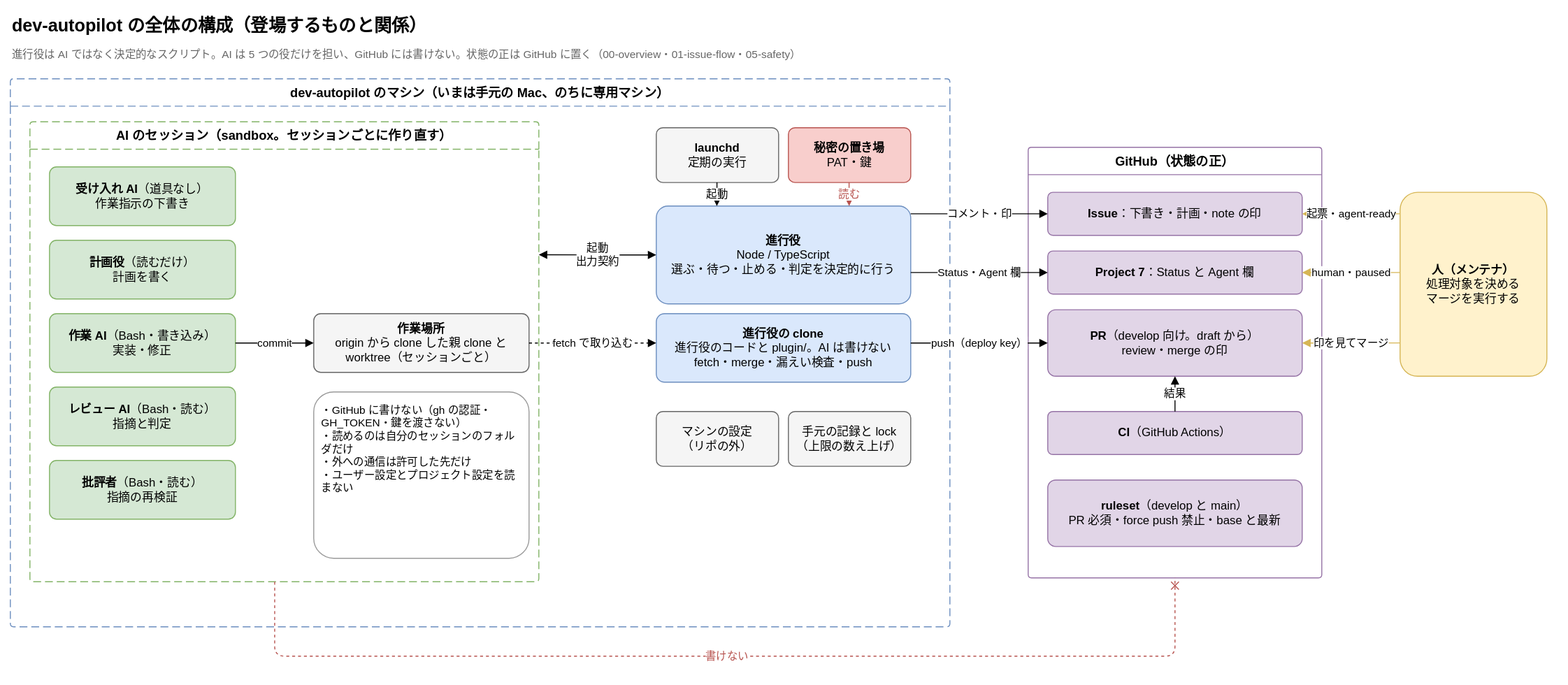
Before: dev-autopilot/docs/diagrams/overview.drawio.svg, a diagram exported from draw.io (Joymerrevent/business-os). Source tidied: cells renumbered, new cells last; positions are measured from the earlier drawing's top-left corner, leaving out a move shared by most shapes. The source it was exported from:
```xml
<mxGraphModel background="#ffffff">
  <root>
    <mxCell id="0" />
    <mxCell id="1" parent="0" />
    <mxCell id="2" value="dev-autopilot の全体の構成（登場するものと関係）" style="text;html=1;whiteSpace=wrap;align=left;verticalAlign=middle;fontSize=18;fontStyle=1;" parent="1" vertex="1">
      <mxGeometry width="900" height="32" as="geometry" />
    </mxCell>
    <mxCell id="3" value="進行役は AI ではなく決定的なスクリプト。AI は 5 つの役だけを担い、GitHub には書けない。状態の正は GitHub に置く（00-overview・01-issue-flow・05-safety）" style="text;html=1;whiteSpace=wrap;align=left;verticalAlign=top;fontSize=11;fontColor=#666666;" parent="1" vertex="1">
      <mxGeometry y="32" width="1440" height="22" as="geometry" />
    </mxCell>
    <mxCell id="4" value="dev-autopilot のマシン（いまは手元の Mac、のちに専用マシン）" style="swimlane;startSize=28;html=1;whiteSpace=wrap;rounded=1;arcSize=4;dashed=1;dashPattern=8 4;fontStyle=1;fontSize=13;strokeColor=#6c8ebf;fillColor=none;swimlaneFillColor=none;" parent="1" vertex="1">
      <mxGeometry y="70" width="960" height="560" as="geometry" />
    </mxCell>
    <mxCell id="5" value="AI のセッション（sandbox。セッションごとに作り直す）" style="swimlane;startSize=28;html=1;whiteSpace=wrap;rounded=1;arcSize=4;dashed=1;dashPattern=8 4;fontStyle=1;fontSize=13;strokeColor=#82b366;fillColor=none;swimlaneFillColor=none;" parent="4" vertex="1">
      <mxGeometry x="20" y="44" width="520" height="470" as="geometry" />
    </mxCell>
    <mxCell id="6" value="&lt;b&gt;受け入れ AI&lt;/b&gt;（道具なし）&lt;br&gt;作業指示の下書き" style="rounded=1;whiteSpace=wrap;html=1;fontSize=12;arcSize=12;fillColor=#d5e8d4;strokeColor=#82b366;" parent="5" vertex="1">
      <mxGeometry x="20" y="46" width="190" height="60" as="geometry" />
    </mxCell>
    <mxCell id="7" value="&lt;b&gt;計画役&lt;/b&gt;（読むだけ）&lt;br&gt;計画を書く" style="rounded=1;whiteSpace=wrap;html=1;fontSize=12;arcSize=12;fillColor=#d5e8d4;strokeColor=#82b366;" parent="5" vertex="1">
      <mxGeometry x="20" y="121" width="190" height="60" as="geometry" />
    </mxCell>
    <mxCell id="8" value="&lt;b&gt;作業 AI&lt;/b&gt;（Bash・書き込み）&lt;br&gt;実装・修正" style="rounded=1;whiteSpace=wrap;html=1;fontSize=12;arcSize=12;fillColor=#d5e8d4;strokeColor=#82b366;" parent="5" vertex="1">
      <mxGeometry x="20" y="196" width="190" height="60" as="geometry" />
    </mxCell>
    <mxCell id="9" value="&lt;b&gt;レビュー AI&lt;/b&gt;（Bash・読む）&lt;br&gt;指摘と判定" style="rounded=1;whiteSpace=wrap;html=1;fontSize=12;arcSize=12;fillColor=#d5e8d4;strokeColor=#82b366;" parent="5" vertex="1">
      <mxGeometry x="20" y="271" width="190" height="60" as="geometry" />
    </mxCell>
    <mxCell id="10" value="&lt;b&gt;批評者&lt;/b&gt;（Bash・読む）&lt;br&gt;指摘の再検証" style="rounded=1;whiteSpace=wrap;html=1;fontSize=12;arcSize=12;fillColor=#d5e8d4;strokeColor=#82b366;" parent="5" vertex="1">
      <mxGeometry x="20" y="346" width="190" height="60" as="geometry" />
    </mxCell>
    <mxCell id="11" value="&lt;b&gt;作業場所&lt;/b&gt;&lt;br&gt;origin から clone した親 clone と worktree（セッションごと）" style="rounded=1;whiteSpace=wrap;html=1;fontSize=12;arcSize=12;fillColor=#f5f5f5;strokeColor=#666666;" parent="5" vertex="1">
      <mxGeometry x="290" y="196" width="220" height="60" as="geometry" />
    </mxCell>
    <mxCell id="12" value="・GitHub に書けない（gh の認証・GH_TOKEN・鍵を渡さない）&lt;br&gt;・読めるのは自分のセッションのフォルダだけ&lt;br&gt;・外への通信は許可した先だけ&lt;br&gt;・ユーザー設定とプロジェクト設定を読まない" style="rounded=1;whiteSpace=wrap;html=1;fontSize=12;arcSize=12;align=left;verticalAlign=top;fontSize=11;spacing=8;fillColor=#ffffff;strokeColor=#999999;" parent="5" vertex="1">
      <mxGeometry x="290" y="276" width="220" height="170" as="geometry" />
    </mxCell>
    <mxCell id="13" value="&lt;b&gt;launchd&lt;/b&gt;&lt;br&gt;定期の実行" style="rounded=1;whiteSpace=wrap;html=1;fontSize=12;arcSize=12;fillColor=#f5f5f5;strokeColor=#666666;" parent="1" vertex="1">
      <mxGeometry x="660" y="120" width="125" height="56" as="geometry" />
    </mxCell>
    <mxCell id="14" value="&lt;b&gt;秘密の置き場&lt;/b&gt;&lt;br&gt;PAT・鍵" style="rounded=1;whiteSpace=wrap;html=1;fontSize=12;arcSize=12;fillColor=#f8cecc;strokeColor=#b85450;" parent="1" vertex="1">
      <mxGeometry x="795" y="120" width="125" height="56" as="geometry" />
    </mxCell>
    <mxCell id="15" value="&lt;b&gt;進行役&lt;/b&gt;&lt;br&gt;Node / TypeScript&lt;br&gt;選ぶ・待つ・止める・判定を決定的に行う" style="rounded=1;whiteSpace=wrap;html=1;fontSize=12;arcSize=12;fillColor=#dae8fc;strokeColor=#6c8ebf;" parent="1" vertex="1">
      <mxGeometry x="660" y="200" width="260" height="100" as="geometry" />
    </mxCell>
    <mxCell id="16" value="&lt;b&gt;進行役の clone&lt;/b&gt;&lt;br&gt;進行役のコードと plugin/。AI は書けない&lt;br&gt;fetch・merge・漏えい検査・push" style="rounded=1;whiteSpace=wrap;html=1;fontSize=12;arcSize=12;fillColor=#dae8fc;strokeColor=#6c8ebf;" parent="1" vertex="1">
      <mxGeometry x="660" y="310" width="260" height="70" as="geometry" />
    </mxCell>
    <mxCell id="17" value="マシンの設定&lt;br&gt;（リポの外）" style="rounded=1;whiteSpace=wrap;html=1;fontSize=12;arcSize=12;fillColor=#f5f5f5;strokeColor=#666666;" parent="1" vertex="1">
      <mxGeometry x="660" y="410" width="125" height="56" as="geometry" />
    </mxCell>
    <mxCell id="18" value="手元の記録と lock&lt;br&gt;（上限の数え上げ）" style="rounded=1;whiteSpace=wrap;html=1;fontSize=12;arcSize=12;fillColor=#f5f5f5;strokeColor=#666666;" parent="1" vertex="1">
      <mxGeometry x="795" y="410" width="125" height="56" as="geometry" />
    </mxCell>
    <mxCell id="19" value="GitHub（状態の正）" style="swimlane;startSize=28;html=1;whiteSpace=wrap;rounded=1;arcSize=4;fontStyle=1;fontSize=13;strokeColor=#9673a6;fillColor=none;swimlaneFillColor=none;" parent="1" vertex="1">
      <mxGeometry x="1040" y="140" width="300" height="440" as="geometry" />
    </mxCell>
    <mxCell id="20" value="&lt;b&gt;Issue&lt;/b&gt;：下書き・計画・note の印" style="rounded=1;whiteSpace=wrap;html=1;fontSize=12;arcSize=12;fillColor=#e1d5e7;strokeColor=#9673a6;" parent="19" vertex="1">
      <mxGeometry x="20" y="46" width="260" height="44" as="geometry" />
    </mxCell>
    <mxCell id="21" value="&lt;b&gt;Project 7&lt;/b&gt;：Status と Agent 欄" style="rounded=1;whiteSpace=wrap;html=1;fontSize=12;arcSize=12;fillColor=#e1d5e7;strokeColor=#9673a6;" parent="19" vertex="1">
      <mxGeometry x="20" y="106" width="260" height="44" as="geometry" />
    </mxCell>
    <mxCell id="22" value="&lt;b&gt;PR&lt;/b&gt;（develop 向け。draft から）&lt;br&gt;review・merge の印" style="rounded=1;whiteSpace=wrap;html=1;fontSize=12;arcSize=12;fillColor=#e1d5e7;strokeColor=#9673a6;" parent="19" vertex="1">
      <mxGeometry x="20" y="166" width="260" height="68" as="geometry" />
    </mxCell>
    <mxCell id="23" value="&lt;b&gt;CI&lt;/b&gt;（GitHub Actions）" style="rounded=1;whiteSpace=wrap;html=1;fontSize=12;arcSize=12;fillColor=#e1d5e7;strokeColor=#9673a6;" parent="19" vertex="1">
      <mxGeometry x="20" y="270" width="260" height="44" as="geometry" />
    </mxCell>
    <mxCell id="24" value="&lt;b&gt;ruleset&lt;/b&gt;（develop と main）&lt;br&gt;PR 必須・force push 禁止・base と最新" style="rounded=1;whiteSpace=wrap;html=1;fontSize=12;arcSize=12;fillColor=#e1d5e7;strokeColor=#9673a6;" parent="19" vertex="1">
      <mxGeometry x="20" y="340" width="260" height="68" as="geometry" />
    </mxCell>
    <mxCell id="25" value="&lt;b&gt;人（メンテナ）&lt;/b&gt;&lt;br&gt;処理対象を決める&lt;br&gt;マージを実行する" style="rounded=1;whiteSpace=wrap;html=1;fontSize=12;arcSize=12;fillColor=#fff2cc;strokeColor=#d6b656;" parent="1" vertex="1">
      <mxGeometry x="1420" y="186" width="150" height="188" as="geometry" />
    </mxCell>
    <mxCell id="26" value="起動" style="edgeStyle=orthogonalEdgeStyle;rounded=1;html=1;endArrow=block;endFill=1;fontSize=11;labelBackgroundColor=#ffffff;exitX=0.496;exitY=1;exitDx=0;exitDy=0;entryX=0.238;entryY=0;entryDx=0;entryDy=0;" parent="1" edge="1" source="13" target="15">
      <mxGeometry relative="1" as="geometry" />
    </mxCell>
    <mxCell id="27" value="読む" style="edgeStyle=orthogonalEdgeStyle;rounded=1;html=1;endArrow=block;endFill=1;fontSize=11;labelBackgroundColor=#ffffff;strokeColor=#b85450;fontColor=#b85450;exitX=0.496;exitY=1;exitDx=0;exitDy=0;entryX=0.758;entryY=0;entryDx=0;entryDy=0;" parent="1" edge="1" source="14" target="15">
      <mxGeometry relative="1" as="geometry" />
    </mxCell>
    <mxCell id="28" value="起動&lt;br&gt;出力契約" style="edgeStyle=orthogonalEdgeStyle;rounded=1;html=1;endArrow=block;endFill=1;fontSize=11;labelBackgroundColor=#ffffff;startArrow=block;startFill=1;exitX=0;exitY=0.5;exitDx=0;exitDy=0;entryX=1;entryY=0.289;entryDx=0;entryDy=0;" parent="1" edge="1" source="15" target="5">
      <mxGeometry relative="1" as="geometry" />
    </mxCell>
    <mxCell id="29" value="commit" style="edgeStyle=orthogonalEdgeStyle;rounded=1;html=1;endArrow=block;endFill=1;fontSize=11;labelBackgroundColor=#ffffff;exitX=1;exitY=0.5;exitDx=0;exitDy=0;entryX=0;entryY=0.5;entryDx=0;entryDy=0;" parent="1" edge="1" source="8" target="11">
      <mxGeometry relative="1" as="geometry" />
    </mxCell>
    <mxCell id="30" value="fetch で取り込む" style="edgeStyle=orthogonalEdgeStyle;rounded=1;html=1;endArrow=block;endFill=1;fontSize=11;labelBackgroundColor=#ffffff;dashed=1;exitX=1;exitY=0.5;exitDx=0;exitDy=0;entryX=0;entryY=0.429;entryDx=0;entryDy=0;" parent="1" edge="1" source="11" target="16">
      <mxGeometry relative="1" as="geometry" />
    </mxCell>
    <mxCell id="31" value="コメント・印" style="edgeStyle=orthogonalEdgeStyle;rounded=1;html=1;endArrow=block;endFill=1;fontSize=11;labelBackgroundColor=#ffffff;exitX=1;exitY=0.08;exitDx=0;exitDy=0;entryX=0;entryY=0.5;entryDx=0;entryDy=0;" parent="1" edge="1" source="15" target="20">
      <mxGeometry relative="1" as="geometry" />
    </mxCell>
    <mxCell id="32" value="Status・Agent 欄" style="edgeStyle=orthogonalEdgeStyle;rounded=1;html=1;endArrow=block;endFill=1;fontSize=11;labelBackgroundColor=#ffffff;exitX=1;exitY=0.68;exitDx=0;exitDy=0;entryX=0;entryY=0.5;entryDx=0;entryDy=0;" parent="1" edge="1" source="15" target="21">
      <mxGeometry relative="1" as="geometry" />
    </mxCell>
    <mxCell id="33" value="push（deploy key）" style="edgeStyle=orthogonalEdgeStyle;rounded=1;html=1;endArrow=block;endFill=1;fontSize=11;labelBackgroundColor=#ffffff;exitX=1;exitY=0.429;exitDx=0;exitDy=0;entryX=0;entryY=0.5;entryDx=0;entryDy=0;" parent="1" edge="1" source="16" target="22">
      <mxGeometry relative="1" as="geometry" />
    </mxCell>
    <mxCell id="34" value="結果" style="edgeStyle=orthogonalEdgeStyle;rounded=1;html=1;endArrow=block;endFill=1;fontSize=11;labelBackgroundColor=#ffffff;exitX=0.5;exitY=0;exitDx=0;exitDy=0;entryX=0.5;entryY=1;entryDx=0;entryDy=0;" parent="1" edge="1" source="23" target="22">
      <mxGeometry relative="1" as="geometry" />
    </mxCell>
    <mxCell id="35" value="起票・agent-ready" style="edgeStyle=orthogonalEdgeStyle;rounded=1;html=1;endArrow=block;endFill=1;fontSize=11;labelBackgroundColor=#ffffff;strokeColor=#d6b656;exitX=0;exitY=0.117;exitDx=0;exitDy=0;entryX=1;entryY=0.5;entryDx=0;entryDy=0;" parent="1" edge="1" source="25" target="20">
      <mxGeometry relative="1" as="geometry" />
    </mxCell>
    <mxCell id="36" value="human・paused" style="edgeStyle=orthogonalEdgeStyle;rounded=1;html=1;endArrow=block;endFill=1;fontSize=11;labelBackgroundColor=#ffffff;strokeColor=#d6b656;exitX=0;exitY=0.436;exitDx=0;exitDy=0;entryX=1;entryY=0.5;entryDx=0;entryDy=0;" parent="1" edge="1" source="25" target="21">
      <mxGeometry relative="1" as="geometry" />
    </mxCell>
    <mxCell id="37" value="印を見てマージ" style="edgeStyle=orthogonalEdgeStyle;rounded=1;html=1;endArrow=block;endFill=1;fontSize=11;labelBackgroundColor=#ffffff;strokeColor=#d6b656;exitX=0;exitY=0.819;exitDx=0;exitDy=0;entryX=1;entryY=0.5;entryDx=0;entryDy=0;" parent="1" edge="1" source="25" target="22">
      <mxGeometry relative="1" as="geometry" />
    </mxCell>
    <mxCell id="38" value="書けない" style="edgeStyle=orthogonalEdgeStyle;rounded=1;html=1;endArrow=block;endFill=1;fontSize=11;labelBackgroundColor=#ffffff;dashed=1;strokeColor=#b85450;fontColor=#b85450;endArrow=cross;endFill=0;exitX=0.481;exitY=1;exitDx=0;exitDy=0;entryX=0.5;entryY=1;entryDx=0;entryDy=0;" parent="1" edge="1" source="5" target="19">
      <mxGeometry relative="1" as="geometry">
        <Array as="points">
          <mxPoint x="270" y="660" />
          <mxPoint x="1190" y="660" />
        </Array>
      </mxGeometry>
    </mxCell>
  </root>
</mxGraphModel>
```
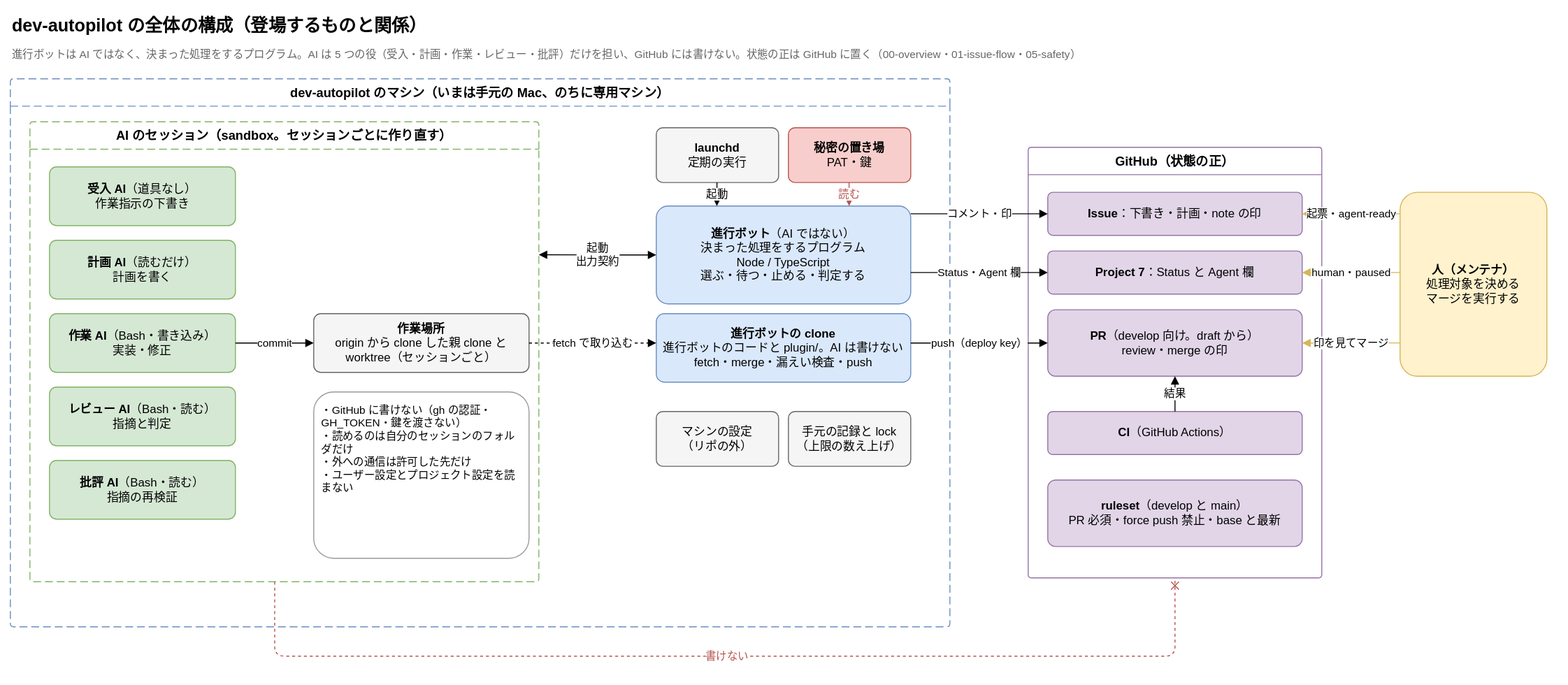
After the commit.

Change to the diagram source:
```diff
@@ -5,7 +5,7 @@
     <mxCell id="2" value="dev-autopilot の全体の構成（登場するものと関係）" style="text;html=1;whiteSpace=wrap;align=left;verticalAlign=middle;fontSize=18;fontStyle=1;" parent="1" vertex="1">
       <mxGeometry width="900" height="32" as="geometry" />
     </mxCell>
-    <mxCell id="3" value="進行役は AI ではなく決定的なスクリプト。AI は 5 つの役だけを担い、GitHub には書けない。状態の正は GitHub に置く（00-overview・01-issue-flow・05-safety）" style="text;html=1;whiteSpace=wrap;align=left;verticalAlign=top;fontSize=11;fontColor=#666666;" parent="1" vertex="1">
+    <mxCell id="3" value="進行ボットは AI ではなく、決まった処理をするプログラム。AI は 5 つの役（受入・計画・作業・レビュー・批評）だけを担い、GitHub には書けない。状態の正は GitHub に置く（00-overview・01-issue-flow・05-safety）" style="text;html=1;whiteSpace=wrap;align=left;verticalAlign=top;fontSize=11;fontColor=#666666;" parent="1" vertex="1">
       <mxGeometry y="32" width="1440" height="22" as="geometry" />
     </mxCell>
     <mxCell id="4" value="dev-autopilot のマシン（いまは手元の Mac、のちに専用マシン）" style="swimlane;startSize=28;html=1;whiteSpace=wrap;rounded=1;arcSize=4;dashed=1;dashPattern=8 4;fontStyle=1;fontSize=13;strokeColor=#6c8ebf;fillColor=none;swimlaneFillColor=none;" parent="1" vertex="1">
@@ -14,10 +14,10 @@
     <mxCell id="5" value="AI のセッション（sandbox。セッションごとに作り直す）" style="swimlane;startSize=28;html=1;whiteSpace=wrap;rounded=1;arcSize=4;dashed=1;dashPattern=8 4;fontStyle=1;fontSize=13;strokeColor=#82b366;fillColor=none;swimlaneFillColor=none;" parent="4" vertex="1">
       <mxGeometry x="20" y="44" width="520" height="470" as="geometry" />
     </mxCell>
-    <mxCell id="6" value="&lt;b&gt;受け入れ AI&lt;/b&gt;（道具なし）&lt;br&gt;作業指示の下書き" style="rounded=1;whiteSpace=wrap;html=1;fontSize=12;arcSize=12;fillColor=#d5e8d4;strokeColor=#82b366;" parent="5" vertex="1">
+    <mxCell id="6" value="&lt;b&gt;受入 AI&lt;/b&gt;（道具なし）&lt;br&gt;作業指示の下書き" style="rounded=1;whiteSpace=wrap;html=1;fontSize=12;arcSize=12;fillColor=#d5e8d4;strokeColor=#82b366;" parent="5" vertex="1">
       <mxGeometry x="20" y="46" width="190" height="60" as="geometry" />
     </mxCell>
-    <mxCell id="7" value="&lt;b&gt;計画役&lt;/b&gt;（読むだけ）&lt;br&gt;計画を書く" style="rounded=1;whiteSpace=wrap;html=1;fontSize=12;arcSize=12;fillColor=#d5e8d4;strokeColor=#82b366;" parent="5" vertex="1">
+    <mxCell id="7" value="&lt;b&gt;計画 AI&lt;/b&gt;（読むだけ）&lt;br&gt;計画を書く" style="rounded=1;whiteSpace=wrap;html=1;fontSize=12;arcSize=12;fillColor=#d5e8d4;strokeColor=#82b366;" parent="5" vertex="1">
       <mxGeometry x="20" y="121" width="190" height="60" as="geometry" />
     </mxCell>
     <mxCell id="8" value="&lt;b&gt;作業 AI&lt;/b&gt;（Bash・書き込み）&lt;br&gt;実装・修正" style="rounded=1;whiteSpace=wrap;html=1;fontSize=12;arcSize=12;fillColor=#d5e8d4;strokeColor=#82b366;" parent="5" vertex="1">
@@ -26,7 +26,7 @@
     <mxCell id="9" value="&lt;b&gt;レビュー AI&lt;/b&gt;（Bash・読む）&lt;br&gt;指摘と判定" style="rounded=1;whiteSpace=wrap;html=1;fontSize=12;arcSize=12;fillColor=#d5e8d4;strokeColor=#82b366;" parent="5" vertex="1">
       <mxGeometry x="20" y="271" width="190" height="60" as="geometry" />
     </mxCell>
-    <mxCell id="10" value="&lt;b&gt;批評者&lt;/b&gt;（Bash・読む）&lt;br&gt;指摘の再検証" style="rounded=1;whiteSpace=wrap;html=1;fontSize=12;arcSize=12;fillColor=#d5e8d4;strokeColor=#82b366;" parent="5" vertex="1">
+    <mxCell id="10" value="&lt;b&gt;批評 AI&lt;/b&gt;（Bash・読む）&lt;br&gt;指摘の再検証" style="rounded=1;whiteSpace=wrap;html=1;fontSize=12;arcSize=12;fillColor=#d5e8d4;strokeColor=#82b366;" parent="5" vertex="1">
       <mxGeometry x="20" y="346" width="190" height="60" as="geometry" />
     </mxCell>
     <mxCell id="11" value="&lt;b&gt;作業場所&lt;/b&gt;&lt;br&gt;origin から clone した親 clone と worktree（セッションごと）" style="rounded=1;whiteSpace=wrap;html=1;fontSize=12;arcSize=12;fillColor=#f5f5f5;strokeColor=#666666;" parent="5" vertex="1">
@@ -41,10 +41,10 @@
     <mxCell id="14" value="&lt;b&gt;秘密の置き場&lt;/b&gt;&lt;br&gt;PAT・鍵" style="rounded=1;whiteSpace=wrap;html=1;fontSize=12;arcSize=12;fillColor=#f8cecc;strokeColor=#b85450;" parent="1" vertex="1">
       <mxGeometry x="795" y="120" width="125" height="56" as="geometry" />
     </mxCell>
-    <mxCell id="15" value="&lt;b&gt;進行役&lt;/b&gt;&lt;br&gt;Node / TypeScript&lt;br&gt;選ぶ・待つ・止める・判定を決定的に行う" style="rounded=1;whiteSpace=wrap;html=1;fontSize=12;arcSize=12;fillColor=#dae8fc;strokeColor=#6c8ebf;" parent="1" vertex="1">
+    <mxCell id="15" value="&lt;b&gt;進行ボット&lt;/b&gt;（AI ではない）&lt;br&gt;決まった処理をするプログラム&lt;br&gt;Node / TypeScript&lt;br&gt;選ぶ・待つ・止める・判定する" style="rounded=1;whiteSpace=wrap;html=1;fontSize=12;arcSize=12;fillColor=#dae8fc;strokeColor=#6c8ebf;" parent="1" vertex="1">
       <mxGeometry x="660" y="200" width="260" height="100" as="geometry" />
     </mxCell>
-    <mxCell id="16" value="&lt;b&gt;進行役の clone&lt;/b&gt;&lt;br&gt;進行役のコードと plugin/。AI は書けない&lt;br&gt;fetch・merge・漏えい検査・push" style="rounded=1;whiteSpace=wrap;html=1;fontSize=12;arcSize=12;fillColor=#dae8fc;strokeColor=#6c8ebf;" parent="1" vertex="1">
+    <mxCell id="16" value="&lt;b&gt;進行ボットの clone&lt;/b&gt;&lt;br&gt;進行ボットのコードと plugin/。AI は書けない&lt;br&gt;fetch・merge・漏えい検査・push" style="rounded=1;whiteSpace=wrap;html=1;fontSize=12;arcSize=12;fillColor=#dae8fc;strokeColor=#6c8ebf;" parent="1" vertex="1">
       <mxGeometry x="660" y="310" width="260" height="70" as="geometry" />
     </mxCell>
     <mxCell id="17" value="マシンの設定&lt;br&gt;（リポの外）" style="rounded=1;whiteSpace=wrap;html=1;fontSize=12;arcSize=12;fillColor=#f5f5f5;strokeColor=#666666;" parent="1" vertex="1">
```
